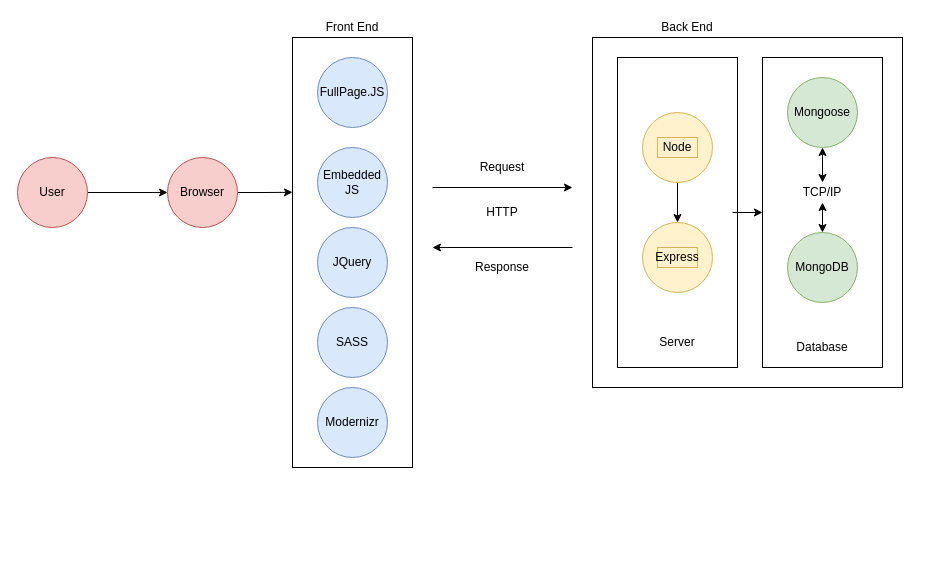
Before: docs/raw/Software Architecture/Architecture.drawio in KaneTesta/IT-Project, a draw.io diagram. Source tidied: cells renumbered, new cells numbered last; positions are measured from the earlier drawing's top-left corner, leaving out a move shared by most shapes. Both pictures are drawn from the tidied source at 100%, with x=0, y=0 at pixel (17, 17).
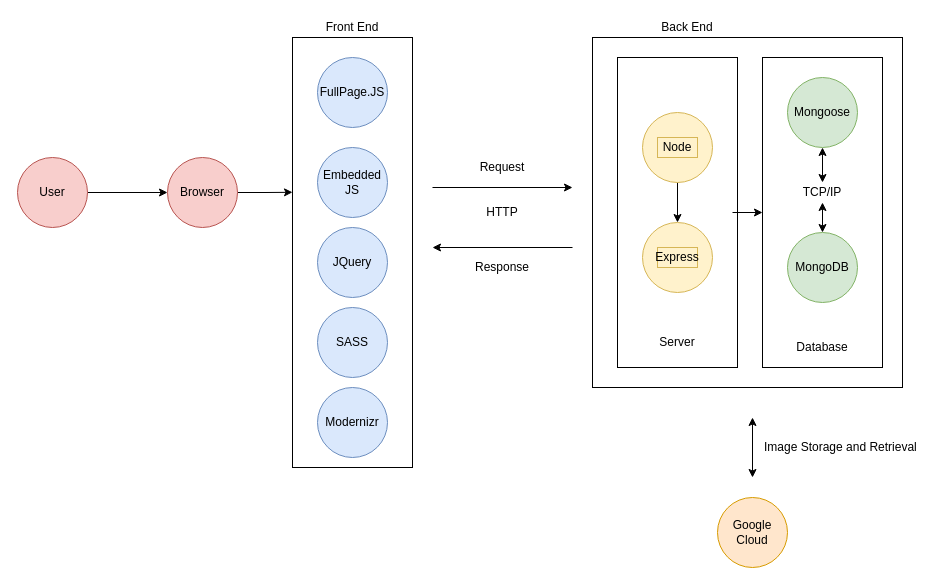
The same diagram, later.

Change to the diagram source:
```diff
@@
+    <mxCell id="44" style="endArrow=classic;startArrow=classic;html=1;" parent="1" edge="1">
+      <mxGeometry relative="1" as="geometry">
+        <mxPoint x="735" y="460" as="sourcePoint" />
+        <mxPoint x="735" y="400" as="targetPoint" />
+      </mxGeometry>
+    </mxCell>
+    <mxCell id="45" value="Image Storage and Retrieval" style="text;html=1;align=left;verticalAlign=top;spacingTop=-4;" parent="1" vertex="1">
+      <mxGeometry x="745" y="420" width="170" height="20" as="geometry" />
+    </mxCell>
+    <mxCell id="46" value="Google Cloud" style="ellipse;whiteSpace=wrap;html=1;fillColor=#ffe6cc;strokeColor=#d79b00;direction=south;" parent="1" vertex="1">
+      <mxGeometry x="700" y="480" width="70" height="70" as="geometry" />
+    </mxCell>
```
